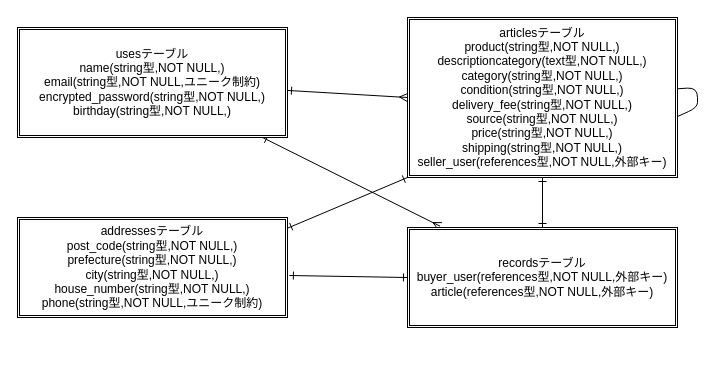
Before: furima.dio in maesuke0401/furima-40816, a draw.io diagram. Source tidied: cells renumbered, new cells numbered last; positions are measured from the earlier drawing's top-left corner, leaving out a move shared by most shapes. Both pictures are drawn from the tidied source at 100%, with x=0, y=0 at pixel (17, 17).
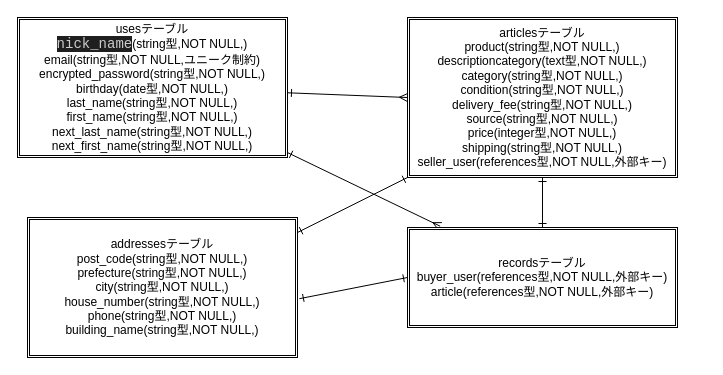
The same page after the edit.

Commit message (it also covers changes not shown here):
データーベース直し

What changed in the source:
```diff
@@
 <mxGraphModel>
   <root>
     <mxCell id="0" />
     <mxCell id="1" parent="0" />
     <mxCell id="2" style="edgeStyle=none;html=1;entryX=0.5;entryY=1;entryDx=0;entryDy=0;exitX=0.5;exitY=1;exitDx=0;exitDy=0;" parent="1" edge="1" source="5" target="5">
       <mxGeometry relative="1" as="geometry" />
     </mxCell>
     <mxCell id="3" style="edgeStyle=none;html=1;entryX=0;entryY=0.5;entryDx=0;entryDy=0;endArrow=ERmany;endFill=0;startArrow=ERone;startFill=0;" parent="1" edge="1" source="5" target="7">
       <mxGeometry relative="1" as="geometry" />
     </mxCell>
     <mxCell id="4" style="edgeStyle=none;html=1;entryX=0.121;entryY=-0.013;entryDx=0;entryDy=0;entryPerimeter=0;endArrow=ERmany;endFill=0;startArrow=ERone;startFill=0;" parent="1" edge="1" source="5" target="8">
       <mxGeometry relative="1" as="geometry" />
     </mxCell>
-    <mxCell id="5" value="usesテーブル&lt;br&gt;name(string型,NOT NULL,)&lt;br&gt;email(string型,NOT NULL,ユニーク制約)&lt;br&gt;encrypted_password(string型,NOT NULL,)&lt;br&gt;birthday(string型,NOT NULL,)" style="shape=ext;double=1;rounded=0;whiteSpace=wrap;html=1;" parent="1" vertex="1">
-      <mxGeometry y="10" width="270" height="110" as="geometry" />
+    <mxCell id="5" value="usesテーブル&lt;br&gt;&lt;font face=&quot;Consolas, Courier New, monospace&quot; color=&quot;#cccccc&quot;&gt;&lt;span style=&quot;font-size: 14px; background-color: rgb(31, 31, 31);&quot;&gt;nick_name&lt;/span&gt;&lt;/font&gt;(string型,NOT NULL,)&lt;br&gt;email(string型,NOT NULL,ユニーク制約)&lt;br&gt;encrypted_password(string型,NOT NULL,)&lt;br&gt;birthday(date型,NOT NULL,)&lt;br&gt;last_name(string型,NOT NULL,)&lt;br&gt;first_name(string型,NOT NULL,)&lt;br&gt;next_last_name(string型,NOT NULL,)&lt;br&gt;next_first_name(string型,NOT NULL,)" style="shape=ext;double=1;rounded=0;whiteSpace=wrap;html=1;" parent="1" vertex="1">
+      <mxGeometry width="270" height="140" as="geometry" />
     </mxCell>
-    <mxCell id="6" style="edgeStyle=none;html=1;entryX=0.5;entryY=1;entryDx=0;entryDy=0;" parent="1" edge="1" source="7" target="7">
-      <mxGeometry relative="1" as="geometry" />
-    </mxCell>
-    <mxCell id="7" value="articlesテーブル&lt;br&gt;product(string型,NOT NULL,)&lt;br&gt;descriptioncategory(text型,NOT NULL,)&lt;br&gt;category(string型,NOT NULL,)&lt;br&gt;condition(string型,NOT NULL,)&lt;br&gt;delivery_fee(string型,NOT NULL,)&lt;br&gt;source(string型,NOT NULL,)&lt;br&gt;price(string型,NOT NULL,)&lt;br&gt;shipping(string型,NOT NULL,)&lt;br&gt;seller_user(references型,NOT NULL,外部キー)" style="shape=ext;double=1;rounded=0;whiteSpace=wrap;html=1;" parent="1" vertex="1">
+    <mxCell id="7" value="articlesテーブル&lt;br&gt;product(string型,NOT NULL,)&lt;br&gt;descriptioncategory(text型,NOT NULL,)&lt;br&gt;category(string型,NOT NULL,)&lt;br&gt;condition(string型,NOT NULL,)&lt;br&gt;delivery_fee(string型,NOT NULL,)&lt;br&gt;source(string型,NOT NULL,)&lt;br&gt;price(integer型,NOT NULL,)&lt;br&gt;shipping(string型,NOT NULL,)&lt;br&gt;seller_user(references型,NOT NULL,外部キー)" style="shape=ext;double=1;rounded=0;whiteSpace=wrap;html=1;" parent="1" vertex="1">
       <mxGeometry x="390" width="270" height="160" as="geometry" />
     </mxCell>
     <mxCell id="8" value="recordsテーブル&lt;br&gt;buyer_user(references型,NOT NULL,外部キー)&lt;br&gt;article(references型,NOT NULL,外部キー)" style="shape=ext;double=1;rounded=0;whiteSpace=wrap;html=1;" parent="1" vertex="1">
       <mxGeometry x="390" y="210" width="270" height="100" as="geometry" />
     </mxCell>
-    <mxCell id="9" value="addressesテーブル&lt;br&gt;post_code(string型,NOT NULL,)&lt;br&gt;prefecture(string型,NOT NULL,)&lt;br&gt;city(string型,NOT NULL,)&lt;br&gt;house_number(string型,NOT NULL,)&lt;br&gt;phone(string型,NOT NULL,ユニーク制約)" style="shape=ext;double=1;rounded=0;whiteSpace=wrap;html=1;" parent="1" vertex="1">
-      <mxGeometry y="200" width="270" height="100" as="geometry" />
+    <mxCell id="9" value="addressesテーブル&lt;br&gt;post_code(string型,NOT NULL,)&lt;br&gt;prefecture(string型,NOT NULL,)&lt;br&gt;city(string型,NOT NULL,)&lt;br&gt;house_number(string型,NOT NULL,)&lt;br&gt;phone(string型,NOT NULL,)&lt;br&gt;&lt;span style=&quot;background-color: initial; text-align: left;&quot;&gt;building_name(string型,NOT NULL,)&lt;/span&gt;" style="shape=ext;double=1;rounded=0;whiteSpace=wrap;html=1;" parent="1" vertex="1">
+      <mxGeometry x="10" y="200" width="270" height="140" as="geometry" />
     </mxCell>
     <mxCell id="10" style="endArrow=ERone;html=1;exitX=1.007;exitY=0.58;exitDx=0;exitDy=0;exitPerimeter=0;entryX=0;entryY=0.5;entryDx=0;entryDy=0;endFill=0;startArrow=ERone;startFill=0;" parent="1" edge="1" source="9" target="8">
       <mxGeometry relative="1" as="geometry" />
     </mxCell>
     <mxCell id="11" style="endArrow=ERone;html=1;entryX=0.5;entryY=1;entryDx=0;entryDy=0;exitX=0.5;exitY=0;exitDx=0;exitDy=0;startArrow=ERone;startFill=0;endFill=0;" parent="1" edge="1" source="8" target="7">
       <mxGeometry relative="1" as="geometry" />
     </mxCell>
     <mxCell id="12" style="endArrow=ERone;html=1;entryX=0;entryY=1;entryDx=0;entryDy=0;exitX=1;exitY=0.107;exitDx=0;exitDy=0;exitPerimeter=0;endFill=0;startArrow=ERone;startFill=0;" parent="1" edge="1" source="9" target="7">
       <mxGeometry relative="1" as="geometry" />
     </mxCell>
   </root>
 </mxGraphModel>
```
